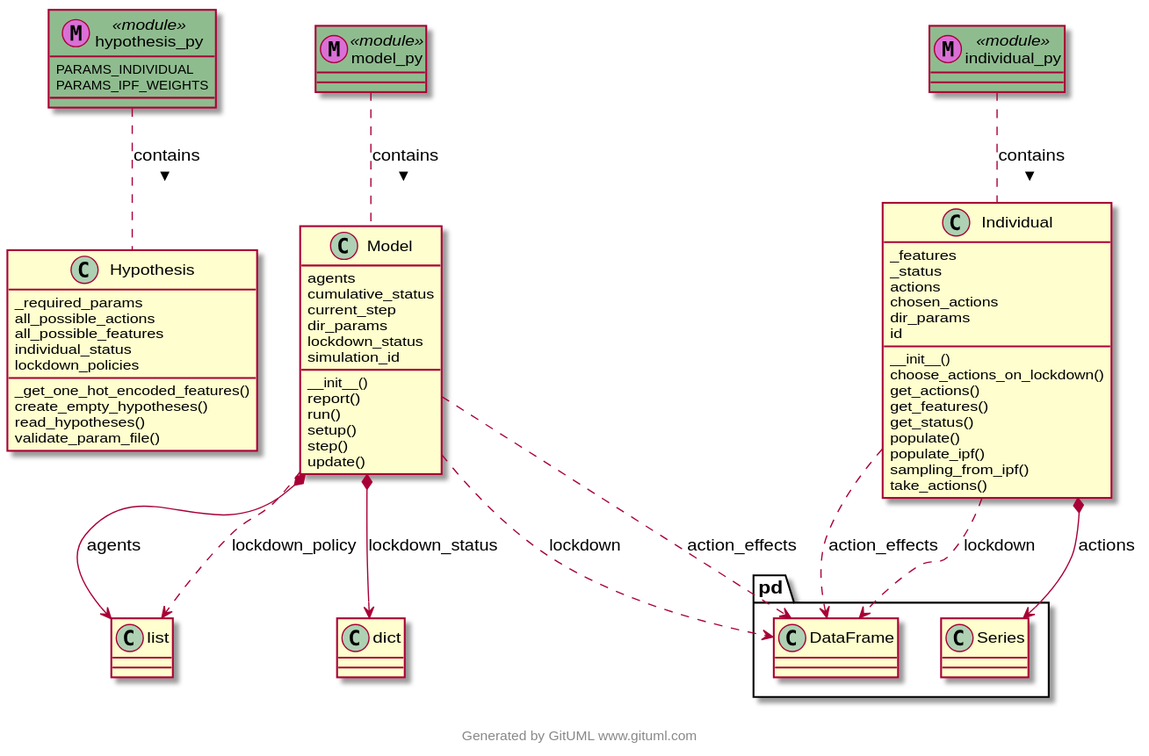
The PlantUML diagram comma_diagram.drawio.svg in covid19ABM/comma, before a commit.
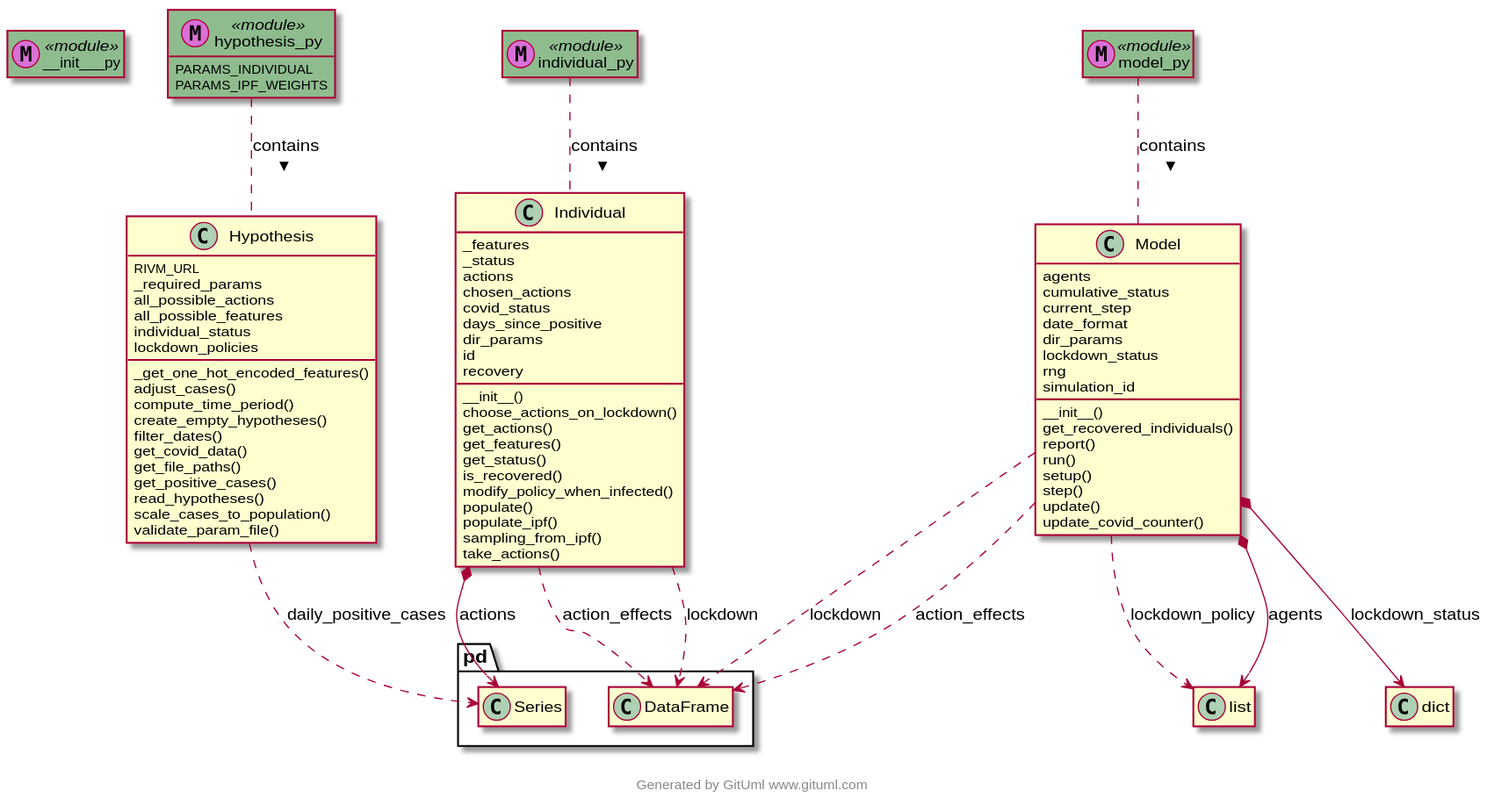
The same file after the commit.

What changed in the source:
```diff
@@ -1,16 +1,27 @@
 @startuml
+class __init___py <<module>> << (M,orchid) >> #DarkSeaGreen {
+}
 class Hypothesis {
+    RIVM_URL
     _required_params
     all_possible_actions
     all_possible_features
     individual_status
     lockdown_policies
     _get_one_hot_encoded_features()
+    adjust_cases()
+    compute_time_period()
     create_empty_hypotheses()
+    filter_dates()
+    get_covid_data()
+    get_file_paths()
+    get_positive_cases()
     read_hypotheses()
+    scale_cases_to_population()
     validate_param_file()
 }
 
+Hypothesis ..> pd.Series : daily_positive_cases
 class hypothesis_py <<module>> << (M,orchid) >> #DarkSeaGreen {
     PARAMS_INDIVIDUAL
     PARAMS_IPF_WEIGHTS
@@ -22,13 +33,18 @@
     _status
     actions
     chosen_actions
+    covid_status
+    days_since_positive
     dir_params
     id
+    recovery
     __init__()
     choose_actions_on_lockdown()
     get_actions()
     get_features()
     get_status()
+    is_recovered()
+    modify_policy_when_infected()
     populate()
     populate_ipf()
     sampling_from_ipf()
@@ -46,15 +62,19 @@
     agents
     cumulative_status
     current_step
+    date_format
     dir_params
     lockdown_status
+    rng
     simulation_id
     __init__()
+    get_recovered_individuals()
     report()
     run()
     setup()
     step()
     update()
+    update_covid_counter()
 }
 
 Model *--> list : agents
@@ -66,5 +86,6 @@
 }
 
 model_py .. Model : contains >
-center footer Generated by GitUML www.gituml.com
+center footer Generated by GitUml www.gituml.com
+hide empty members
 @enduml
```
